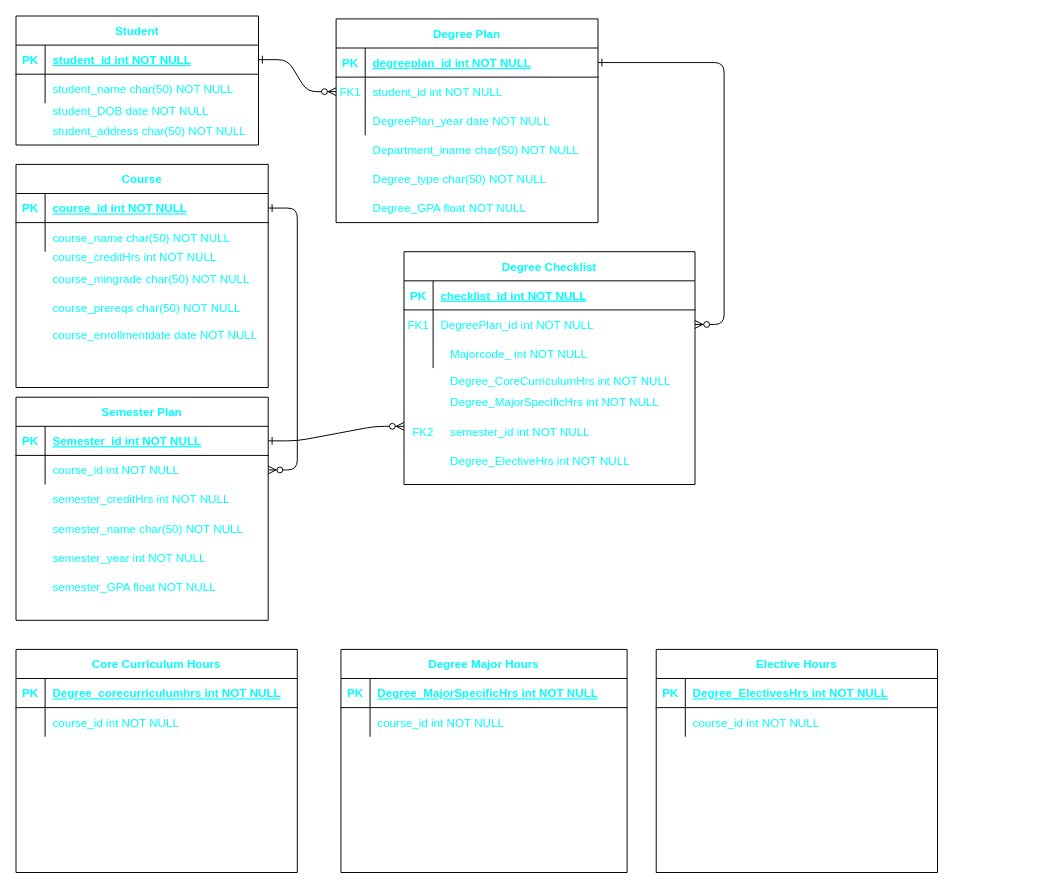
Above: Assignments/degreechecklist/Assignment 2 Modeling.drawio in m3gan-m/CIDM-6325 (draw.io), before the change. Source tidied: cells renumbered, new cells numbered last; positions are measured from the earlier drawing's top-left corner, leaving out a move shared by most shapes. Both pictures are drawn from the tidied source at 97%, with x=0, y=0 at pixel (16, 16).
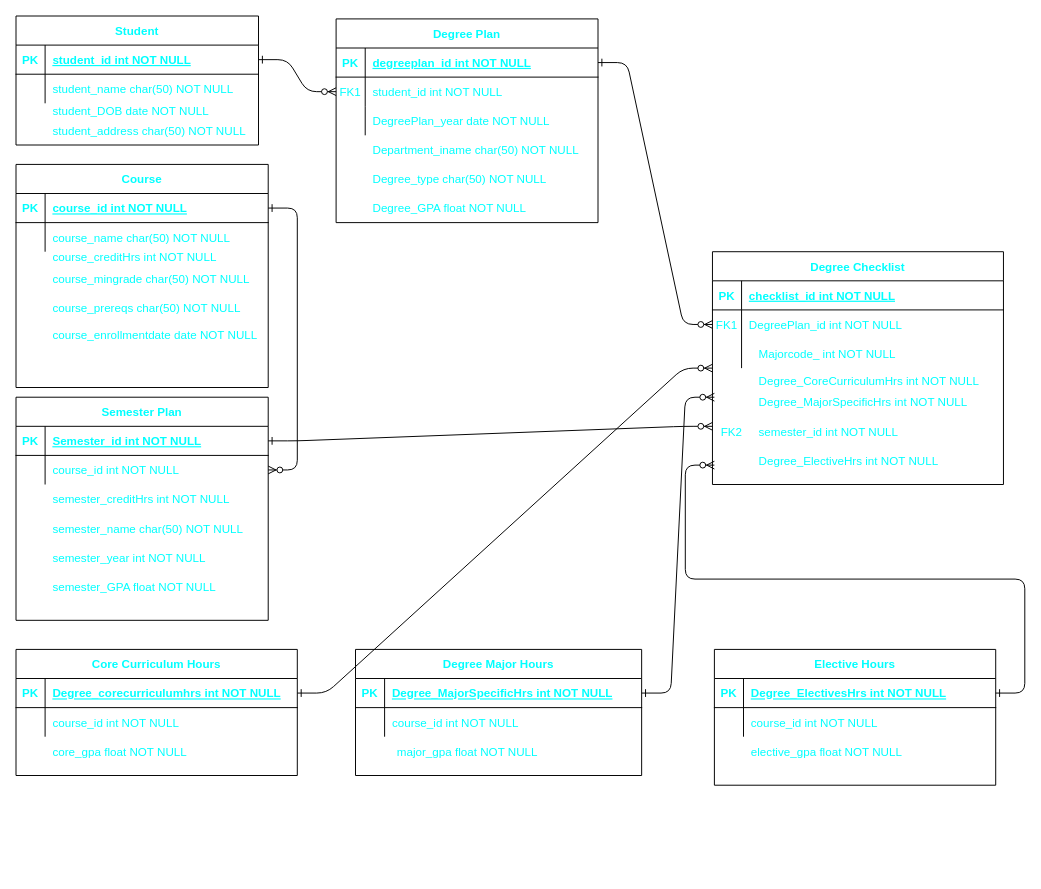
After the change.

The change refers to these unchanged cells:
```xml
<mxCell id="67" style="shape=partialRectangle;fillColor=none;points=[[0,0.5],[1,0.5]];portConstraint=eastwest;top=0;left=0;right=0;bottom=1;labelBackgroundColor=default;labelBorderColor=none;fontColor=#00FFFF;" parent="66" vertex="1">
  <mxGeometry y="30" width="290" height="30" as="geometry" />
</mxCell>
<mxCell id="74" style="shape=partialRectangle;fillColor=none;points=[[0,0.5],[1,0.5]];portConstraint=eastwest;top=0;left=0;right=0;bottom=1;labelBackgroundColor=default;labelBorderColor=none;fontColor=#00FFFF;" parent="73" vertex="1">
  <mxGeometry y="30" width="295" height="30" as="geometry" />
</mxCell>
<mxCell id="81" style="shape=partialRectangle;fillColor=none;points=[[0,0.5],[1,0.5]];portConstraint=eastwest;top=0;left=0;right=0;bottom=1;labelBackgroundColor=default;labelBorderColor=none;fontColor=#00FFFF;" parent="80" vertex="1">
  <mxGeometry y="30" width="290" height="30" as="geometry" />
</mxCell>
```

Diff of the diagram source:
```diff
@@
     <mxCell id="14" value="Degree Checklist" style="shape=table;startSize=30;childLayout=tableLayout;rowLines=0;fontStyle=1;align=center;fontColor=#00FFFF;" parent="1" vertex="1">
-      <mxGeometry x="400" y="243" width="300" height="240" as="geometry" />
+      <mxGeometry x="718" y="243" width="300" height="240" as="geometry" />
     </mxCell>
@@
     <mxCell id="43" value="Degree_CoreCurriculumHrs int NOT NULL" style="shape=partialRectangle;overflow=hidden;fillColor=none;top=0;left=0;bottom=0;right=0;align=left;spacingLeft=6;fontColor=#00FFFF;" parent="1" vertex="1">
-      <mxGeometry x="440" y="361" width="270" height="30" as="geometry" />
+      <mxGeometry x="758" y="361" width="270" height="30" as="geometry" />
     </mxCell>
     <mxCell id="44" value="Degree_MajorSpecificHrs int NOT NULL" style="shape=partialRectangle;overflow=hidden;fillColor=none;top=0;left=0;bottom=0;right=0;align=left;spacingLeft=6;fontColor=#00FFFF;" parent="1" vertex="1">
-      <mxGeometry x="440" y="383" width="270" height="30" as="geometry" />
+      <mxGeometry x="758" y="383" width="270" height="30" as="geometry" />
     </mxCell>
@@
     <mxCell id="49" value="semester_id int NOT NULL" style="shape=partialRectangle;overflow=hidden;fillColor=none;top=0;left=0;bottom=0;right=0;align=left;spacingLeft=6;fontColor=#00FFFF;" parent="1" vertex="1">
-      <mxGeometry x="440" y="413" width="270" height="30" as="geometry" />
+      <mxGeometry x="758" y="413" width="270" height="30" as="geometry" />
     </mxCell>
     <mxCell id="50" value="FK2" style="shape=partialRectangle;overflow=hidden;fillColor=none;top=0;left=0;bottom=0;right=0;fontColor=#00FFFF;" parent="1" vertex="1">
-      <mxGeometry x="405" y="413" width="30" height="30" as="geometry" />
+      <mxGeometry x="723" y="413" width="30" height="30" as="geometry" />
     </mxCell>
     <mxCell id="51" value="Degree_ElectiveHrs int NOT NULL" style="shape=partialRectangle;overflow=hidden;fillColor=none;top=0;left=0;bottom=0;right=0;align=left;spacingLeft=6;fontColor=#00FFFF;" parent="1" vertex="1">
-      <mxGeometry x="440" y="443" width="270" height="30" as="geometry" />
+      <mxGeometry x="758" y="443" width="270" height="30" as="geometry" />
     </mxCell>
@@
     <mxCell id="65" value="Majorcode_ int NOT NULL" style="shape=partialRectangle;overflow=hidden;fillColor=none;top=0;left=0;bottom=0;right=0;align=left;spacingLeft=6;fontColor=#00FFFF;" parent="1" vertex="1">
-      <mxGeometry x="440" y="333" width="270" height="30" as="geometry" />
+      <mxGeometry x="758" y="333" width="270" height="30" as="geometry" />
     </mxCell>
     <mxCell id="66" value="Core Curriculum Hours" style="shape=table;startSize=30;childLayout=tableLayout;rowLines=0;fontStyle=1;align=center;fontColor=#00FFFF;labelBackgroundColor=default;labelBorderColor=none;" parent="1" vertex="1">
-      <mxGeometry y="653" width="290" height="230" as="geometry" />
+      <mxGeometry y="653" width="290" height="130" as="geometry" />
     </mxCell>
@@
     <mxCell id="73" value="Degree Major Hours" style="shape=table;startSize=30;childLayout=tableLayout;rowLines=0;fontStyle=1;align=center;fontColor=#00FFFF;labelBackgroundColor=default;labelBorderColor=none;" parent="1" vertex="1">
-      <mxGeometry x="335" y="653" width="295" height="230" as="geometry" />
+      <mxGeometry x="350" y="653" width="295" height="130" as="geometry" />
     </mxCell>
@@
     <mxCell id="80" value="Elective Hours" style="shape=table;startSize=30;childLayout=tableLayout;rowLines=0;fontStyle=1;align=center;fontColor=#00FFFF;labelBackgroundColor=default;labelBorderColor=none;" parent="1" vertex="1">
-      <mxGeometry x="660" y="653" width="290" height="230" as="geometry" />
+      <mxGeometry x="720" y="653" width="290" height="140" as="geometry" />
     </mxCell>
@@
+    <mxCell id="87" value="core_gpa float NOT NULL" style="shape=partialRectangle;overflow=hidden;fillColor=none;top=0;left=0;bottom=0;right=0;align=left;spacingLeft=6;labelBackgroundColor=default;labelBorderColor=none;fontColor=#00FFFF;" parent="1" vertex="1">
+      <mxGeometry x="30" y="743" width="260" height="30" as="geometry" />
+    </mxCell>
+    <mxCell id="88" value="major_gpa float NOT NULL" style="shape=partialRectangle;overflow=hidden;fillColor=none;top=0;left=0;bottom=0;right=0;align=left;spacingLeft=6;labelBackgroundColor=default;labelBorderColor=none;fontColor=#00FFFF;" parent="1" vertex="1">
+      <mxGeometry x="385" y="743" width="260" height="30" as="geometry" />
+    </mxCell>
+    <mxCell id="89" value="elective_gpa float NOT NULL" style="shape=partialRectangle;overflow=hidden;fillColor=none;top=0;left=0;bottom=0;right=0;align=left;spacingLeft=6;labelBackgroundColor=default;labelBorderColor=none;fontColor=#00FFFF;" parent="1" vertex="1">
+      <mxGeometry x="750" y="743" width="260" height="30" as="geometry" />
+    </mxCell>
+    <mxCell id="90" style="edgeStyle=entityRelationEdgeStyle;endArrow=ERzeroToMany;startArrow=ERone;endFill=1;startFill=0;fontColor=#00FFFF;exitX=1;exitY=0.5;exitDx=0;exitDy=0;entryX=0;entryY=0.5;entryDx=0;entryDy=0;" parent="1" edge="1" source="67" target="14">
+      <mxGeometry relative="1" as="geometry">
+        <Array as="points">
+          <mxPoint x="575" y="622.7" />
+          <mxPoint x="310" y="523" />
+          <mxPoint x="525" y="612.7" />
+          <mxPoint x="485" y="712.7" />
+          <mxPoint x="515" y="602.7" />
+          <mxPoint x="595" y="672.7" />
+        </Array>
+      </mxGeometry>
+    </mxCell>
+    <mxCell id="91" style="edgeStyle=entityRelationEdgeStyle;endArrow=ERzeroToMany;startArrow=ERone;endFill=1;startFill=0;fontColor=#00FFFF;exitX=1;exitY=0.5;exitDx=0;exitDy=0;" parent="1" edge="1" source="74">
+      <mxGeometry relative="1" as="geometry">
+        <mxPoint x="720" y="393" as="targetPoint" />
+        <Array as="points">
+          <mxPoint x="965" y="565.7" />
+          <mxPoint x="915" y="555.7" />
+          <mxPoint x="875" y="655.7" />
+          <mxPoint x="430" y="483" />
+          <mxPoint x="905" y="545.7" />
+          <mxPoint x="985" y="615.7" />
+        </Array>
+      </mxGeometry>
+    </mxCell>
+    <mxCell id="92" style="edgeStyle=entityRelationEdgeStyle;endArrow=ERzeroToMany;startArrow=ERone;endFill=1;startFill=0;fontColor=#00FFFF;exitX=1;exitY=0.5;exitDx=0;exitDy=0;" parent="1" edge="1" source="81">
+      <mxGeometry relative="1" as="geometry">
+        <mxPoint x="720" y="463" as="targetPoint" />
+        <Array as="points">
+          <mxPoint x="1325" y="555.7" />
+          <mxPoint x="1030" y="593" />
+          <mxPoint x="1275" y="545.7" />
+          <mxPoint x="760" y="523" />
+          <mxPoint x="750" y="523" />
+          <mxPoint x="1235" y="645.7" />
+          <mxPoint x="400" y="513" />
+          <mxPoint x="430" y="523" />
+          <mxPoint x="1265" y="535.7" />
+          <mxPoint x="1345" y="605.7" />
+        </Array>
+      </mxGeometry>
+    </mxCell>
```
